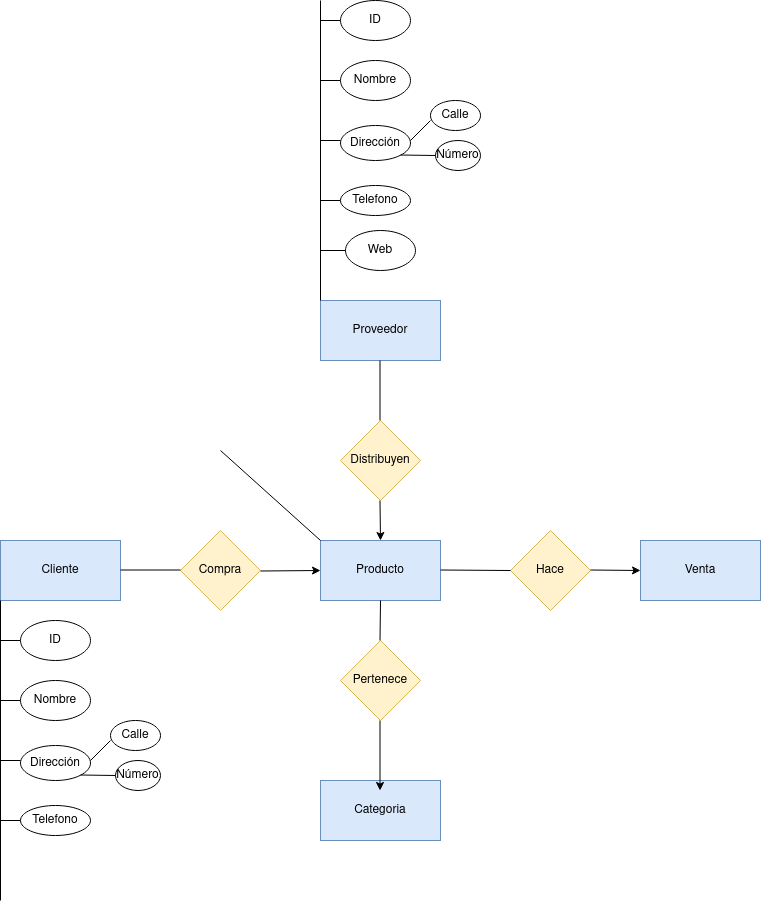
Above: Unidad-1/Tareas/Tarea-1/Diagrama_Practica1.drawio.png in jdrguez/2-Daw (draw.io), before the change. Source tidied: cells renumbered, new cells last; positions are measured from the earlier drawing's top-left corner, leaving out a move shared by most shapes. Its diagram source:
```xml
<mxGraphModel>
  <root>
    <mxCell id="0" />
    <mxCell id="1" parent="0" />
    <mxCell id="2" value="Producto" style="rounded=0;whiteSpace=wrap;html=1;fillColor=#dae8fc;strokeColor=#6c8ebf;" parent="1" vertex="1">
      <mxGeometry x="320" y="540" width="120" height="60" as="geometry" />
    </mxCell>
    <mxCell id="3" value="Cliente" style="rounded=0;whiteSpace=wrap;html=1;fillColor=#dae8fc;strokeColor=#6c8ebf;" parent="1" vertex="1">
      <mxGeometry y="540" width="120" height="60" as="geometry" />
    </mxCell>
    <mxCell id="4" value="Proveedor" style="rounded=0;whiteSpace=wrap;html=1;fillColor=#dae8fc;strokeColor=#6c8ebf;" parent="1" vertex="1">
      <mxGeometry x="320" y="300" width="120" height="60" as="geometry" />
    </mxCell>
    <mxCell id="5" value="Categoria" style="rounded=0;whiteSpace=wrap;html=1;fillColor=#dae8fc;strokeColor=#6c8ebf;" parent="1" vertex="1">
      <mxGeometry x="320" y="780" width="120" height="60" as="geometry" />
    </mxCell>
    <mxCell id="6" value="Venta" style="rounded=0;whiteSpace=wrap;html=1;fillColor=#dae8fc;strokeColor=#6c8ebf;" parent="1" vertex="1">
      <mxGeometry x="640" y="540" width="120" height="60" as="geometry" />
    </mxCell>
    <mxCell id="7" value="Hace" style="rhombus;whiteSpace=wrap;html=1;fillColor=#fff2cc;strokeColor=#d6b656;" parent="1" vertex="1">
      <mxGeometry x="510" y="530" width="80" height="80" as="geometry" />
    </mxCell>
    <mxCell id="8" value="Pertenece" style="rhombus;whiteSpace=wrap;html=1;fillColor=#fff2cc;strokeColor=#d6b656;" parent="1" vertex="1">
      <mxGeometry x="340" y="640" width="80" height="80" as="geometry" />
    </mxCell>
    <mxCell id="9" value="Distribuyen" style="rhombus;whiteSpace=wrap;html=1;fillColor=#fff2cc;strokeColor=#d6b656;" parent="1" vertex="1">
      <mxGeometry x="340" y="420" width="80" height="80" as="geometry" />
    </mxCell>
    <mxCell id="10" value="Compra" style="rhombus;whiteSpace=wrap;html=1;fillColor=#fff2cc;strokeColor=#d6b656;" parent="1" vertex="1">
      <mxGeometry x="180" y="530" width="80" height="80" as="geometry" />
    </mxCell>
    <mxCell id="11" style="endArrow=none;html=1;rounded=0;" parent="1" edge="1">
      <mxGeometry relative="1" as="geometry">
        <mxPoint x="120" y="569.5" as="sourcePoint" />
        <mxPoint x="180" y="569.5" as="targetPoint" />
      </mxGeometry>
    </mxCell>
    <mxCell id="12" style="endArrow=classic;html=1;rounded=0;entryX=0;entryY=0.5;entryDx=0;entryDy=0;" parent="1" edge="1" target="2">
      <mxGeometry relative="1" as="geometry">
        <mxPoint x="260" y="570.5" as="sourcePoint" />
      </mxGeometry>
    </mxCell>
    <mxCell id="13" style="endArrow=none;html=1;rounded=0;" parent="1" edge="1">
      <mxGeometry relative="1" as="geometry">
        <mxPoint x="379.5" y="640" as="sourcePoint" />
        <mxPoint x="380" y="600" as="targetPoint" />
      </mxGeometry>
    </mxCell>
    <mxCell id="14" style="endArrow=classic;html=1;rounded=0;" parent="1" edge="1">
      <mxGeometry relative="1" as="geometry">
        <mxPoint x="379.5" y="720" as="sourcePoint" />
        <mxPoint x="379.5" y="790" as="targetPoint" />
      </mxGeometry>
    </mxCell>
    <mxCell id="15" style="endArrow=none;html=1;rounded=0;" parent="1" edge="1">
      <mxGeometry relative="1" as="geometry">
        <mxPoint x="379.5" y="420" as="sourcePoint" />
        <mxPoint x="379.5" y="360" as="targetPoint" />
      </mxGeometry>
    </mxCell>
    <mxCell id="16" style="endArrow=classic;html=1;rounded=0;" parent="1" edge="1">
      <mxGeometry relative="1" as="geometry">
        <mxPoint x="379.5" y="500" as="sourcePoint" />
        <mxPoint x="380" y="540" as="targetPoint" />
      </mxGeometry>
    </mxCell>
    <mxCell id="17" style="endArrow=none;html=1;rounded=0;entryX=0;entryY=0.5;entryDx=0;entryDy=0;" parent="1" edge="1" target="7">
      <mxGeometry relative="1" as="geometry">
        <mxPoint x="440" y="569.5" as="sourcePoint" />
      </mxGeometry>
    </mxCell>
    <mxCell id="18" style="endArrow=classic;html=1;rounded=0;" parent="1" edge="1">
      <mxGeometry relative="1" as="geometry">
        <mxPoint x="590" y="569.5" as="sourcePoint" />
        <mxPoint x="640" y="570" as="targetPoint" />
      </mxGeometry>
    </mxCell>
    <mxCell id="19" style="endArrow=none;html=1;rounded=0;entryX=0;entryY=1;entryDx=0;entryDy=0;" parent="1" edge="1" target="3">
      <mxGeometry relative="1" as="geometry">
        <mxPoint y="900" as="sourcePoint" />
      </mxGeometry>
    </mxCell>
    <mxCell id="20" style="endArrow=none;html=1;rounded=0;" parent="1" edge="1">
      <mxGeometry relative="1" as="geometry">
        <mxPoint y="640" as="sourcePoint" />
        <mxPoint x="20" y="640" as="targetPoint" />
      </mxGeometry>
    </mxCell>
    <mxCell id="21" value="&lt;div&gt;ID&lt;/div&gt;" style="ellipse;whiteSpace=wrap;html=1;" parent="1" vertex="1">
      <mxGeometry x="20" y="620" width="70" height="40" as="geometry" />
    </mxCell>
    <mxCell id="22" style="endArrow=none;html=1;rounded=0;" parent="1" edge="1">
      <mxGeometry relative="1" as="geometry">
        <mxPoint y="700" as="sourcePoint" />
        <mxPoint x="20" y="700" as="targetPoint" />
      </mxGeometry>
    </mxCell>
    <mxCell id="23" value="&lt;div&gt;Nombre&lt;/div&gt;" style="ellipse;whiteSpace=wrap;html=1;" parent="1" vertex="1">
      <mxGeometry x="20" y="680" width="70" height="40" as="geometry" />
    </mxCell>
    <mxCell id="24" style="endArrow=none;html=1;rounded=0;" parent="1" edge="1">
      <mxGeometry relative="1" as="geometry">
        <mxPoint y="760" as="sourcePoint" />
        <mxPoint x="20" y="760" as="targetPoint" />
      </mxGeometry>
    </mxCell>
    <mxCell id="25" value="&lt;div&gt;Dirección&lt;/div&gt;" style="ellipse;whiteSpace=wrap;html=1;" parent="1" vertex="1">
      <mxGeometry x="20" y="745" width="70" height="35" as="geometry" />
    </mxCell>
    <mxCell id="26" style="endArrow=none;html=1;rounded=0;" parent="1" edge="1">
      <mxGeometry relative="1" as="geometry">
        <mxPoint x="90" y="760" as="sourcePoint" />
        <mxPoint x="110" y="740" as="targetPoint" />
      </mxGeometry>
    </mxCell>
    <mxCell id="27" value="Calle" style="ellipse;whiteSpace=wrap;html=1;" parent="1" vertex="1">
      <mxGeometry x="110" y="720" width="50" height="30" as="geometry" />
    </mxCell>
    <mxCell id="28" value="&lt;div&gt;Número&lt;/div&gt;" style="ellipse;whiteSpace=wrap;html=1;" parent="1" vertex="1">
      <mxGeometry x="115" y="760" width="45" height="30" as="geometry" />
    </mxCell>
    <mxCell id="29" style="endArrow=none;html=1;rounded=0;entryX=0;entryY=0.5;entryDx=0;entryDy=0;" parent="1" edge="1" target="28">
      <mxGeometry relative="1" as="geometry">
        <mxPoint x="80" y="774.5" as="sourcePoint" />
      </mxGeometry>
    </mxCell>
    <mxCell id="30" style="endArrow=none;html=1;rounded=0;" parent="1" edge="1">
      <mxGeometry relative="1" as="geometry">
        <mxPoint y="820" as="sourcePoint" />
        <mxPoint x="20" y="820" as="targetPoint" />
      </mxGeometry>
    </mxCell>
    <mxCell id="31" value="&lt;div&gt;Telefono&lt;/div&gt;" style="ellipse;whiteSpace=wrap;html=1;" parent="1" vertex="1">
      <mxGeometry x="20" y="805" width="70" height="30" as="geometry" />
    </mxCell>
    <mxCell id="32" style="endArrow=none;html=1;rounded=0;" parent="1" edge="1">
      <mxGeometry relative="1" as="geometry">
        <mxPoint x="320" y="20" as="sourcePoint" />
        <mxPoint x="340" y="20" as="targetPoint" />
      </mxGeometry>
    </mxCell>
    <mxCell id="33" value="&lt;div&gt;ID&lt;/div&gt;" style="ellipse;whiteSpace=wrap;html=1;" parent="1" vertex="1">
      <mxGeometry x="340" width="70" height="40" as="geometry" />
    </mxCell>
    <mxCell id="34" style="endArrow=none;html=1;rounded=0;" parent="1" edge="1">
      <mxGeometry relative="1" as="geometry">
        <mxPoint x="320" y="80" as="sourcePoint" />
        <mxPoint x="340" y="80" as="targetPoint" />
      </mxGeometry>
    </mxCell>
    <mxCell id="35" value="&lt;div&gt;Nombre&lt;/div&gt;" style="ellipse;whiteSpace=wrap;html=1;" parent="1" vertex="1">
      <mxGeometry x="340" y="60" width="70" height="40" as="geometry" />
    </mxCell>
    <mxCell id="36" style="endArrow=none;html=1;rounded=0;" parent="1" edge="1">
      <mxGeometry relative="1" as="geometry">
        <mxPoint x="320" y="140" as="sourcePoint" />
        <mxPoint x="340" y="140" as="targetPoint" />
      </mxGeometry>
    </mxCell>
    <mxCell id="37" value="&lt;div&gt;Dirección&lt;/div&gt;" style="ellipse;whiteSpace=wrap;html=1;" parent="1" vertex="1">
      <mxGeometry x="340" y="125" width="70" height="35" as="geometry" />
    </mxCell>
    <mxCell id="38" style="endArrow=none;html=1;rounded=0;" parent="1" edge="1">
      <mxGeometry relative="1" as="geometry">
        <mxPoint x="410" y="140" as="sourcePoint" />
        <mxPoint x="430" y="120" as="targetPoint" />
      </mxGeometry>
    </mxCell>
    <mxCell id="39" value="Calle" style="ellipse;whiteSpace=wrap;html=1;" parent="1" vertex="1">
      <mxGeometry x="430" y="100" width="50" height="30" as="geometry" />
    </mxCell>
    <mxCell id="40" value="&lt;div&gt;Número&lt;/div&gt;" style="ellipse;whiteSpace=wrap;html=1;" parent="1" vertex="1">
      <mxGeometry x="435" y="140" width="45" height="30" as="geometry" />
    </mxCell>
    <mxCell id="41" style="endArrow=none;html=1;rounded=0;entryX=0;entryY=0.5;entryDx=0;entryDy=0;" parent="1" edge="1" target="40">
      <mxGeometry relative="1" as="geometry">
        <mxPoint x="400" y="154.5" as="sourcePoint" />
      </mxGeometry>
    </mxCell>
    <mxCell id="42" style="endArrow=none;html=1;rounded=0;" parent="1" edge="1">
      <mxGeometry relative="1" as="geometry">
        <mxPoint x="320" y="200" as="sourcePoint" />
        <mxPoint x="340" y="200" as="targetPoint" />
      </mxGeometry>
    </mxCell>
    <mxCell id="43" value="&lt;div&gt;Telefono&lt;/div&gt;" style="ellipse;whiteSpace=wrap;html=1;" parent="1" vertex="1">
      <mxGeometry x="340" y="185" width="70" height="30" as="geometry" />
    </mxCell>
    <mxCell id="44" style="endArrow=none;html=1;rounded=0;entryX=0;entryY=1;entryDx=0;entryDy=0;" parent="1" edge="1">
      <mxGeometry relative="1" as="geometry">
        <mxPoint x="320" y="300" as="sourcePoint" />
        <mxPoint x="320" as="targetPoint" />
      </mxGeometry>
    </mxCell>
    <mxCell id="45" style="endArrow=none;html=1;rounded=0;" parent="1" edge="1">
      <mxGeometry relative="1" as="geometry">
        <mxPoint x="320" y="250" as="sourcePoint" />
        <mxPoint x="350" y="250" as="targetPoint" />
      </mxGeometry>
    </mxCell>
    <mxCell id="46" value="&lt;div&gt;Web&lt;/div&gt;" style="ellipse;whiteSpace=wrap;html=1;" parent="1" vertex="1">
      <mxGeometry x="345" y="230" width="70" height="40" as="geometry" />
    </mxCell>
    <mxCell id="47" style="endArrow=none;html=1;rounded=0;entryX=0;entryY=0;entryDx=0;entryDy=0;" parent="1" edge="1" target="2">
      <mxGeometry relative="1" as="geometry">
        <mxPoint x="220" y="450" as="sourcePoint" />
      </mxGeometry>
    </mxCell>
  </root>
</mxGraphModel>
```
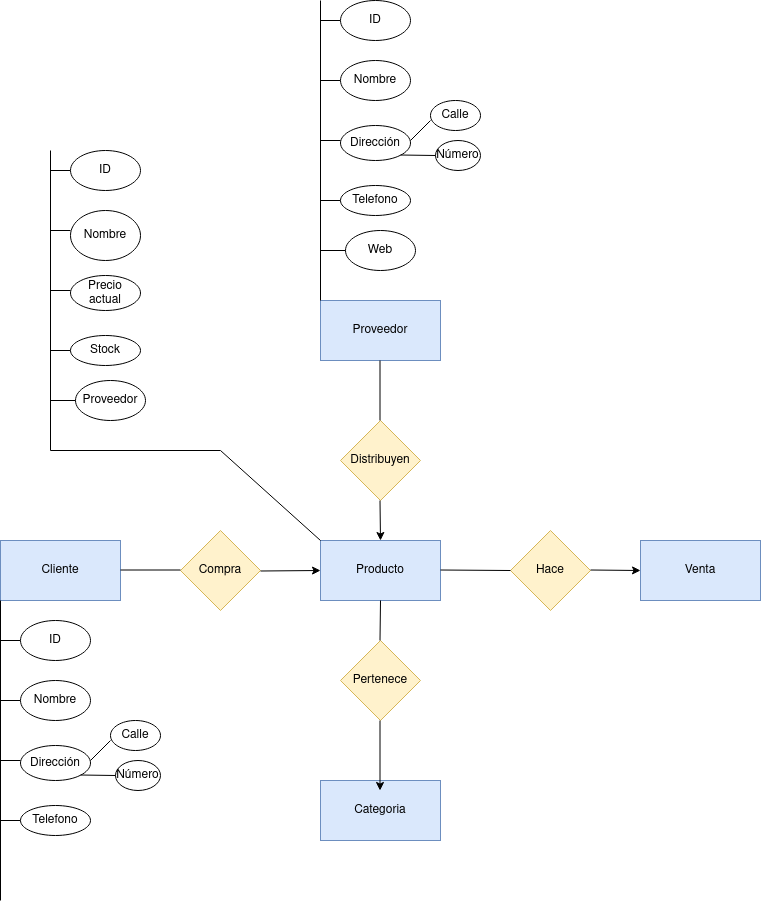
Later version of the same file.

The edit, as a diff of the source:
```diff
@@ -206,5 +206,62 @@
         <mxPoint x="220" y="450" as="sourcePoint" />
       </mxGeometry>
     </mxCell>
+    <mxCell id="48" style="endArrow=none;html=1;rounded=0;" parent="1" edge="1">
+      <mxGeometry relative="1" as="geometry">
+        <mxPoint x="50" y="170" as="sourcePoint" />
+        <mxPoint x="70" y="170" as="targetPoint" />
+      </mxGeometry>
+    </mxCell>
+    <mxCell id="49" value="&lt;div&gt;ID&lt;/div&gt;" style="ellipse;whiteSpace=wrap;html=1;" parent="1" vertex="1">
+      <mxGeometry x="70" y="150" width="70" height="40" as="geometry" />
+    </mxCell>
+    <mxCell id="50" style="endArrow=none;html=1;rounded=0;" parent="1" edge="1">
+      <mxGeometry relative="1" as="geometry">
+        <mxPoint x="50" y="230" as="sourcePoint" />
+        <mxPoint x="70" y="230" as="targetPoint" />
+      </mxGeometry>
+    </mxCell>
+    <mxCell id="51" value="&lt;div&gt;Nombre&lt;/div&gt;" style="ellipse;whiteSpace=wrap;html=1;" parent="1" vertex="1">
+      <mxGeometry x="70" y="210" width="70" height="50" as="geometry" />
+    </mxCell>
+    <mxCell id="52" style="endArrow=none;html=1;rounded=0;" parent="1" edge="1">
+      <mxGeometry relative="1" as="geometry">
+        <mxPoint x="50" y="290" as="sourcePoint" />
+        <mxPoint x="70" y="290" as="targetPoint" />
+      </mxGeometry>
+    </mxCell>
+    <mxCell id="53" value="&lt;div&gt;Precio&lt;/div&gt;&lt;div&gt;actual&lt;br&gt;&lt;/div&gt;" style="ellipse;whiteSpace=wrap;html=1;" parent="1" vertex="1">
+      <mxGeometry x="70" y="275" width="70" height="35" as="geometry" />
+    </mxCell>
+    <mxCell id="54" style="endArrow=none;html=1;rounded=0;" parent="1" edge="1">
+      <mxGeometry relative="1" as="geometry">
+        <mxPoint x="50" y="350" as="sourcePoint" />
+        <mxPoint x="70" y="350" as="targetPoint" />
+      </mxGeometry>
+    </mxCell>
+    <mxCell id="55" value="Stock" style="ellipse;whiteSpace=wrap;html=1;" parent="1" vertex="1">
+      <mxGeometry x="70" y="335" width="70" height="30" as="geometry" />
+    </mxCell>
+    <mxCell id="56" style="endArrow=none;html=1;rounded=0;entryX=0;entryY=1;entryDx=0;entryDy=0;" parent="1" edge="1">
+      <mxGeometry relative="1" as="geometry">
+        <mxPoint x="50" y="450" as="sourcePoint" />
+        <mxPoint x="50" y="150" as="targetPoint" />
+      </mxGeometry>
+    </mxCell>
+    <mxCell id="57" style="endArrow=none;html=1;rounded=0;" parent="1" edge="1">
+      <mxGeometry relative="1" as="geometry">
+        <mxPoint x="50" y="400" as="sourcePoint" />
+        <mxPoint x="80" y="400" as="targetPoint" />
+      </mxGeometry>
+    </mxCell>
+    <mxCell id="58" value="Proveedor" style="ellipse;whiteSpace=wrap;html=1;" parent="1" vertex="1">
+      <mxGeometry x="75" y="380" width="70" height="40" as="geometry" />
+    </mxCell>
+    <mxCell id="59" style="endArrow=none;html=1;rounded=0;" parent="1" edge="1">
+      <mxGeometry relative="1" as="geometry">
+        <mxPoint x="50" y="450" as="sourcePoint" />
+        <mxPoint x="220" y="450" as="targetPoint" />
+      </mxGeometry>
+    </mxCell>
   </root>
 </mxGraphModel>
```
